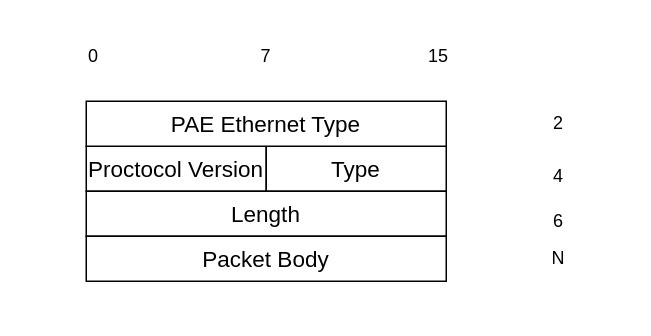
Earlier version of the draw.io diagram EAPOL报文格式.drawio (PATORITU/PATORITU). Source tidied: cells renumbered, new cells numbered last; positions are measured from the earlier drawing's top-left corner, leaving out a move shared by most shapes. Both pictures are drawn from the tidied source at 150%, with x=0, y=0 at pixel (26, 26).
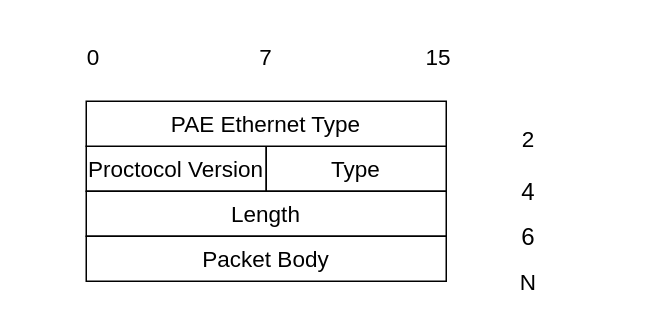
The same diagram, later.

Commit message (it also covers changes not shown here):
更新EAPOL报文格式.drawio

Diff of the diagram source:
```diff
@@
 <mxGraphModel>
   <root>
     <mxCell id="0" />
     <mxCell id="1" parent="0" />
+    <mxCell id="11" value="4" style="rounded=1;whiteSpace=wrap;html=1;strokeColor=none;fontSize=16;" parent="1" vertex="1">
+      <mxGeometry x="290" y="90" width="90" height="40" as="geometry" />
+    </mxCell>
     <mxCell id="2" value="&lt;font style=&quot;font-size: 15px;&quot;&gt;Proctocol Version&lt;/font&gt;" style="rounded=0;whiteSpace=wrap;html=1;" parent="1" vertex="1">
       <mxGeometry x="40" y="80" width="120" height="30" as="geometry" />
     </mxCell>
     <mxCell id="3" value="&lt;font style=&quot;font-size: 15px;&quot;&gt;Type&lt;/font&gt;" style="rounded=0;whiteSpace=wrap;html=1;" parent="1" vertex="1">
       <mxGeometry x="160" y="80" width="120" height="30" as="geometry" />
     </mxCell>
     <mxCell id="4" value="PAE Ethernet Type" style="rounded=0;whiteSpace=wrap;html=1;fontSize=15;" parent="1" vertex="1">
       <mxGeometry x="40" y="50" width="240" height="30" as="geometry" />
     </mxCell>
     <mxCell id="5" value="&lt;font style=&quot;font-size: 15px;&quot;&gt;Length&lt;/font&gt;" style="rounded=0;whiteSpace=wrap;html=1;" parent="1" vertex="1">
       <mxGeometry x="40" y="110" width="240" height="30" as="geometry" />
     </mxCell>
     <mxCell id="6" value="&lt;font style=&quot;font-size: 15px;&quot;&gt;Packet Body&lt;/font&gt;" style="rounded=0;whiteSpace=wrap;html=1;" parent="1" vertex="1">
       <mxGeometry x="40" y="140" width="240" height="30" as="geometry" />
     </mxCell>
-    <mxCell id="7" value="0" style="rounded=1;whiteSpace=wrap;html=1;strokeColor=none;" parent="1" vertex="1">
+    <mxCell id="7" value="&lt;font style=&quot;font-size: 15px;&quot;&gt;0&lt;/font&gt;" style="rounded=1;whiteSpace=wrap;html=1;strokeColor=none;" parent="1" vertex="1">
       <mxGeometry width="90" height="40" as="geometry" />
     </mxCell>
-    <mxCell id="8" value="7" style="rounded=1;whiteSpace=wrap;html=1;strokeColor=none;" parent="1" vertex="1">
+    <mxCell id="8" value="7" style="rounded=1;whiteSpace=wrap;html=1;strokeColor=none;fontSize=15;" parent="1" vertex="1">
       <mxGeometry x="115" width="90" height="40" as="geometry" />
     </mxCell>
-    <mxCell id="9" value="15" style="rounded=1;whiteSpace=wrap;html=1;strokeColor=none;" parent="1" vertex="1">
+    <mxCell id="9" value="15" style="rounded=1;whiteSpace=wrap;html=1;strokeColor=none;fontSize=15;" parent="1" vertex="1">
       <mxGeometry x="230" width="90" height="40" as="geometry" />
     </mxCell>
-    <mxCell id="10" value="2" style="rounded=1;whiteSpace=wrap;html=1;strokeColor=none;" parent="1" vertex="1">
-      <mxGeometry x="310" y="45" width="90" height="40" as="geometry" />
+    <mxCell id="10" value="2" style="rounded=1;whiteSpace=wrap;html=1;strokeColor=none;fontSize=15;" parent="1" vertex="1">
+      <mxGeometry x="290" y="60" width="90" height="30" as="geometry" />
     </mxCell>
-    <mxCell id="11" value="4" style="rounded=1;whiteSpace=wrap;html=1;strokeColor=none;" parent="1" vertex="1">
-      <mxGeometry x="310" y="80" width="90" height="40" as="geometry" />
-    </mxCell>
-    <mxCell id="12" value="6" style="rounded=1;whiteSpace=wrap;html=1;strokeColor=none;" parent="1" vertex="1">
-      <mxGeometry x="310" y="110" width="90" height="40" as="geometry" />
+    <mxCell id="12" value="6" style="rounded=1;whiteSpace=wrap;html=1;strokeColor=none;fontSize=16;" parent="1" vertex="1">
+      <mxGeometry x="290" y="120" width="90" height="40" as="geometry" />
     </mxCell>
-    <mxCell id="13" value="N" style="rounded=1;whiteSpace=wrap;html=1;strokeColor=none;" parent="1" vertex="1">
-      <mxGeometry x="310" y="135" width="90" height="40" as="geometry" />
+    <mxCell id="13" value="&lt;font style=&quot;font-size: 15px;&quot;&gt;N&lt;/font&gt;" style="rounded=1;whiteSpace=wrap;html=1;strokeColor=none;" parent="1" vertex="1">
+      <mxGeometry x="290" y="150" width="90" height="40" as="geometry" />
     </mxCell>
   </root>
 </mxGraphModel>
```
